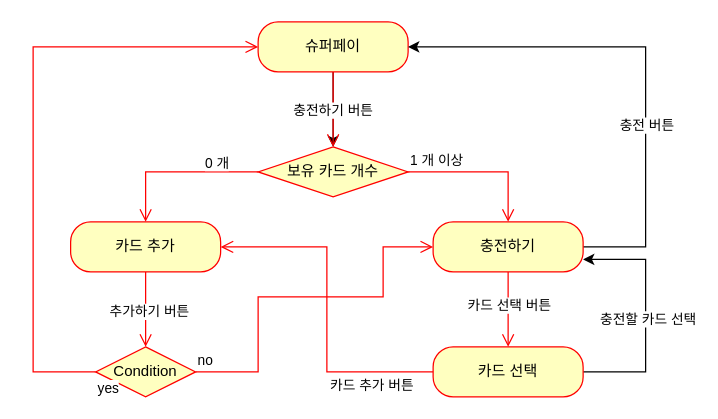
Before: page "충전플로우 - 화면전환" (2 of 3) of SuperAppRIBTree.drawio in gookhee/diagrams, a draw.io diagram. Source tidied: cells renumbered, new cells numbered last; positions are measured from the earlier drawing's top-left corner, leaving out a move shared by most shapes. Both pictures are drawn from the tidied source at 125%, with x=0, y=0 at pixel (32, 21).
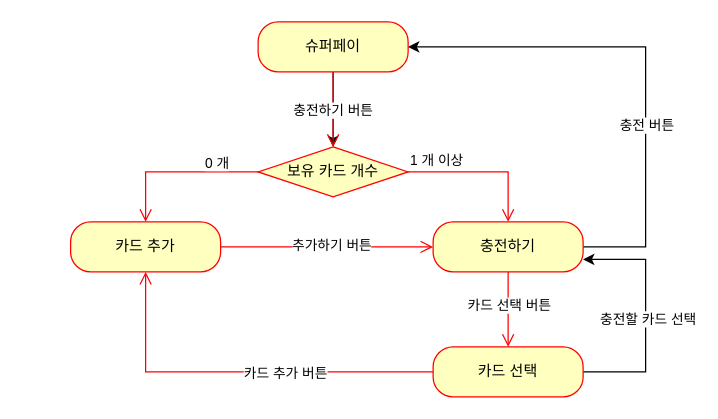
Above is the later version.

The change refers to these unchanged cells:
```xml
<mxCell id="3" value="슈퍼페이" style="rounded=1;whiteSpace=wrap;html=1;arcSize=40;fontColor=#000000;fillColor=#ffffc0;strokeColor=#ff0000;" parent="1" vertex="1">
  <mxGeometry x="180" width="120" height="40" as="geometry" />
</mxCell>
<mxCell id="6" value="카드 추가" style="rounded=1;whiteSpace=wrap;html=1;arcSize=40;fontColor=#000000;fillColor=#ffffc0;strokeColor=#ff0000;" parent="1" vertex="1">
  <mxGeometry x="30" y="160" width="120" height="40" as="geometry" />
</mxCell>
<mxCell id="11" value="충전하기" style="rounded=1;whiteSpace=wrap;html=1;arcSize=40;fontColor=#000000;fillColor=#ffffc0;strokeColor=#ff0000;" parent="1" vertex="1">
  <mxGeometry x="320" y="160" width="120" height="40" as="geometry" />
</mxCell>
<mxCell id="19" value="카드 선택" style="rounded=1;whiteSpace=wrap;html=1;arcSize=40;fontColor=#000000;fillColor=#ffffc0;strokeColor=#ff0000;" parent="1" vertex="1">
  <mxGeometry x="320" y="260" width="120" height="40" as="geometry" />
</mxCell>
```

Diff of the diagram source:
```diff
@@
-    <mxCell id="7" style="edgeStyle=orthogonalEdgeStyle;html=1;verticalAlign=bottom;endArrow=open;endSize=8;strokeColor=#ff0000;rounded=0;" parent="1" edge="1" source="6" target="22">
-      <mxGeometry relative="1" as="geometry">
-        <Array as="points">
-          <mxPoint x="90" y="200" />
-          <mxPoint x="90" y="200" />
-        </Array>
-      </mxGeometry>
+    <mxCell id="7" style="edgeStyle=orthogonalEdgeStyle;html=1;verticalAlign=bottom;endArrow=open;endSize=8;strokeColor=#ff0000;rounded=0;exitX=1;exitY=0.5;exitDx=0;exitDy=0;entryX=0;entryY=0.5;entryDx=0;entryDy=0;" parent="1" edge="1" source="6" target="11">
+      <mxGeometry relative="1" as="geometry" />
     </mxCell>
@@
-    <mxCell id="20" style="edgeStyle=orthogonalEdgeStyle;html=1;verticalAlign=bottom;endArrow=open;endSize=8;strokeColor=#ff0000;rounded=0;entryX=1;entryY=0.5;entryDx=0;entryDy=0;" parent="1" edge="1" source="19" target="6">
-      <mxGeometry relative="1" as="geometry" />
+    <mxCell id="20" style="edgeStyle=orthogonalEdgeStyle;html=1;verticalAlign=bottom;endArrow=open;endSize=8;strokeColor=#ff0000;rounded=0;entryX=0.5;entryY=1;entryDx=0;entryDy=0;" parent="1" edge="1" source="19" target="6">
+      <mxGeometry relative="1" as="geometry">
+        <Array as="points">
+          <mxPoint x="90" y="280" />
+        </Array>
+      </mxGeometry>
     </mxCell>
     <mxCell id="21" value="카드 추가 버튼" style="edgeLabel;html=1;align=center;verticalAlign=middle;" parent="20" vertex="1">
       <mxGeometry x="-0.07" y="2" relative="1" as="geometry">
-        <mxPoint x="37" y="51" as="offset" />
+        <mxPoint x="25" y="-2" as="offset" />
       </mxGeometry>
     </mxCell>
-    <mxCell id="22" value="Condition" style="rhombus;whiteSpace=wrap;html=1;fillColor=#ffffc0;strokeColor=#ff0000;" parent="1" vertex="1">
-      <mxGeometry x="50" y="260" width="80" height="40" as="geometry" />
-    </mxCell>
-    <mxCell id="23" value="no" style="edgeStyle=orthogonalEdgeStyle;html=1;align=left;verticalAlign=bottom;endArrow=open;endSize=8;strokeColor=#ff0000;rounded=0;entryX=0;entryY=0.5;entryDx=0;entryDy=0;exitX=1;exitY=0.5;exitDx=0;exitDy=0;" parent="1" edge="1" source="22" target="11">
-      <mxGeometry x="-1" relative="1" as="geometry">
-        <Array as="points">
-          <mxPoint x="180" y="280" />
-          <mxPoint x="180" y="220" />
-          <mxPoint x="280" y="220" />
-          <mxPoint x="280" y="180" />
-        </Array>
-      </mxGeometry>
-    </mxCell>
-    <mxCell id="24" value="yes" style="edgeStyle=orthogonalEdgeStyle;html=1;align=left;verticalAlign=top;endArrow=open;endSize=8;strokeColor=#ff0000;rounded=0;entryX=0;entryY=0.5;entryDx=0;entryDy=0;exitX=0;exitY=0.5;exitDx=0;exitDy=0;" parent="1" edge="1" source="22" target="3">
-      <mxGeometry x="-1" relative="1" as="geometry">
-        <Array as="points">
-          <mxPoint y="280" />
-          <mxPoint y="20" />
-        </Array>
-      </mxGeometry>
-    </mxCell>
```
